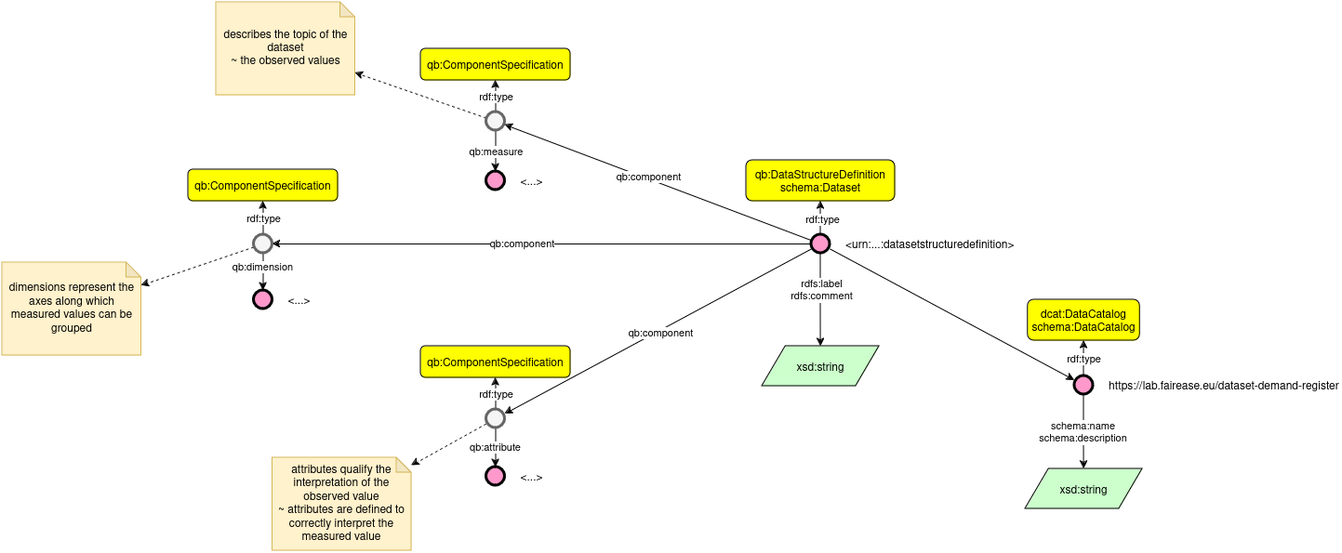
The draw.io diagram design/datastructuredefinition.drawio.png in fair-ease/dataset-demand-register, before a commit. Source tidied: cells renumbered, new cells last; positions are measured from the earlier drawing's top-left corner, leaving out a move shared by most shapes.
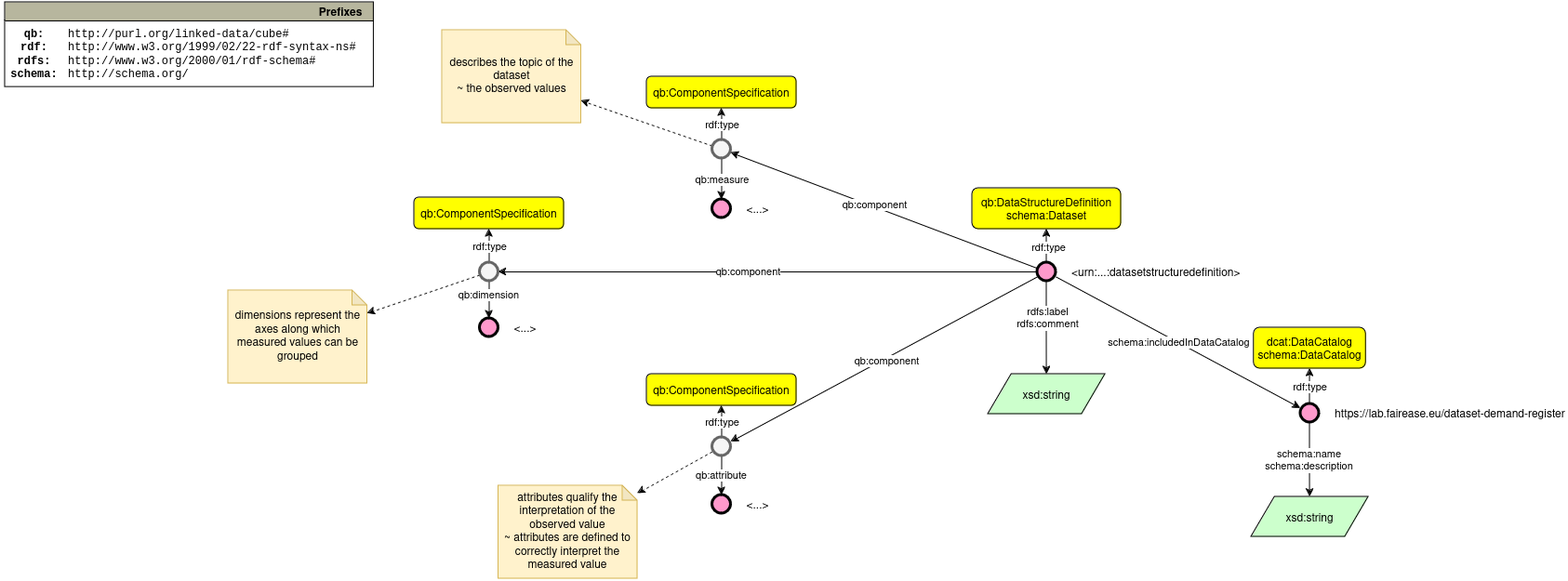
The same diagram one commit later.

Commit message:
Include prefixes & label missing relation (#1)

What changed in the source:
```diff
@@ -41,6 +41,9 @@
     <mxCell id="14" style="rounded=0;jettySize=auto;html=1;" parent="1" edge="1" source="21" target="26">
       <mxGeometry relative="1" as="geometry" />
     </mxCell>
+    <mxCell id="50" value="schema:includedInDataCatalog" style="edgeLabel;html=1;align=center;verticalAlign=middle;" parent="14" vertex="1">
+      <mxGeometry relative="1" as="geometry" />
+    </mxCell>
     <mxCell id="15" style="edgeStyle=orthogonalEdgeStyle;rounded=0;jettySize=auto;html=1;" parent="1" edge="1" source="21" target="29">
       <mxGeometry relative="1" as="geometry" />
     </mxCell>
@@ -146,5 +149,14 @@
     <mxCell id="49" value="dimensions represent the axes along which measured values can be grouped" style="shape=note;whiteSpace=wrap;html=1;backgroundOutline=1;darkOpacity=0.05;fillColor=#fff2cc;strokeColor=#d6b656;size=16;" parent="1" vertex="1">
       <mxGeometry y="280" width="149.5" height="100" as="geometry" />
     </mxCell>
+    <mxCell id="51" value="Prefixes" style="graphMlID=n0;shape=swimlane;startSize=20;fillColor=#b7b69e;strokeColor=#000000;strokeWidth=1.0;align=right;spacingRight=10;fontStyle=1;" parent="1" vertex="1">
+      <mxGeometry x="-240" y="-30" width="396.4" height="91.1" as="geometry" />
+    </mxCell>
+    <mxCell id="52" value="&lt;b&gt;qb:&lt;br&gt;&lt;/b&gt;&lt;div&gt;&lt;b&gt;rdf:&lt;/b&gt;&lt;/div&gt;&lt;div&gt;&lt;b&gt;rdfs:&lt;br&gt;&lt;/b&gt;&lt;/div&gt;&lt;div&gt;&lt;b&gt;schema:&lt;/b&gt;&lt;/div&gt;" style="text;html=1;align=center;verticalAlign=middle;fontFamily=Courier New;" parent="51" vertex="1">
+      <mxGeometry x="-3.6" y="21.1" width="70" height="70" as="geometry" />
+    </mxCell>
+    <mxCell id="53" value="&lt;div&gt;http://purl.org/linked-data/cube#&lt;/div&gt;&lt;div&gt;http://www.w3.org/1999/02/22-rdf-syntax-ns#&lt;/div&gt;&lt;div&gt;http://www.w3.org/2000/01/rdf-schema#&lt;br&gt;&lt;/div&gt;&lt;div&gt;http://schema.org/&lt;/div&gt;" style="text;html=1;align=left;verticalAlign=middle;fontFamily=Courier New;" parent="51" vertex="1">
+      <mxGeometry x="66.4" y="21.1" width="330" height="70" as="geometry" />
+    </mxCell>
   </root>
 </mxGraphModel>
```
